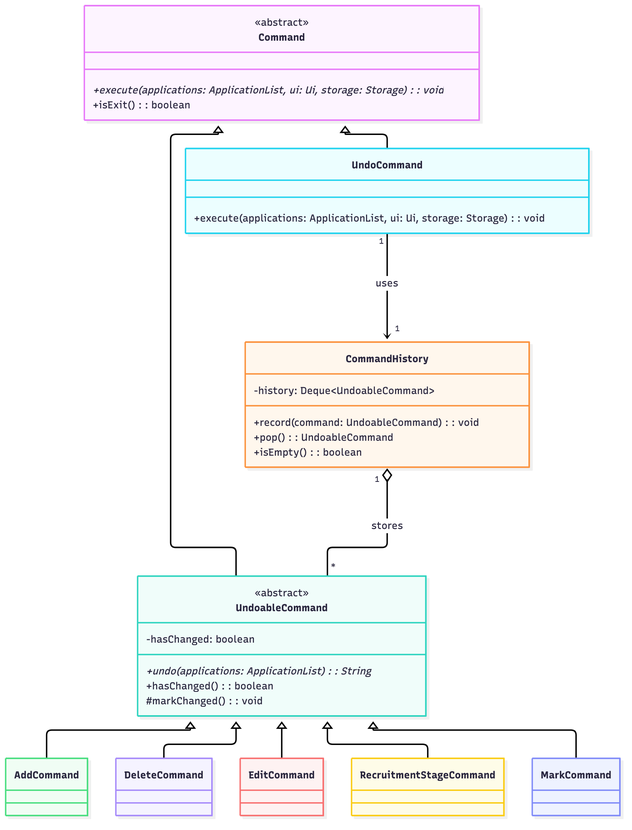
Earlier version of the Mermaid export docs/diagrams/command-history-undo-class.png (AY2627S1-CS2113-T10-2/tp). Its source is kept beside it as docs/diagrams/sources/command-history-undo-class.mmd.
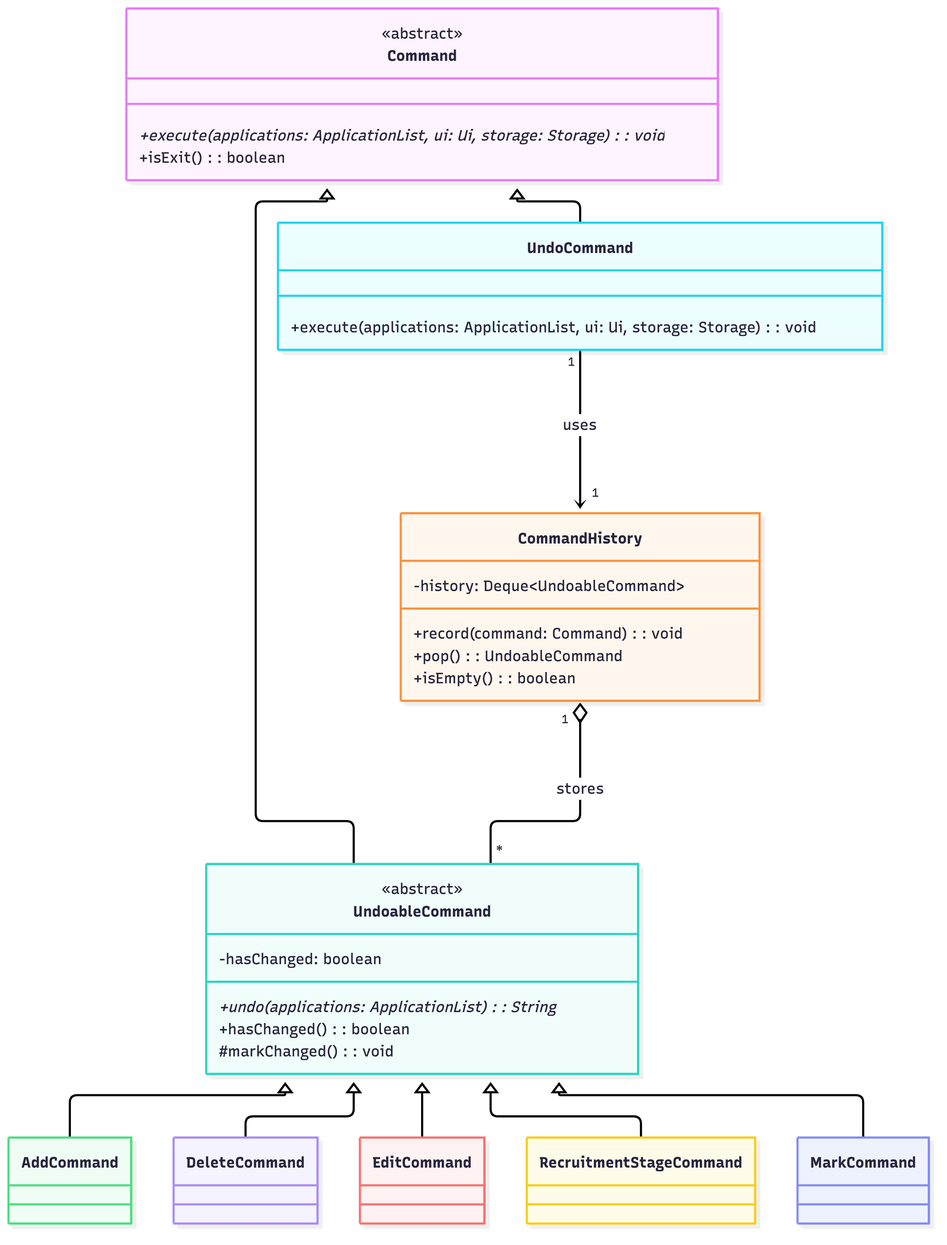
The same file after the commit.

Diff of the diagram source:
```diff
@@ -13,7 +13,7 @@
     }
     class CommandHistory {
         -history: Deque~UndoableCommand~
-        +record(command: UndoableCommand): void
+        +record(command: Command): void
         +pop(): UndoableCommand
         +isEmpty(): boolean
     }
```
